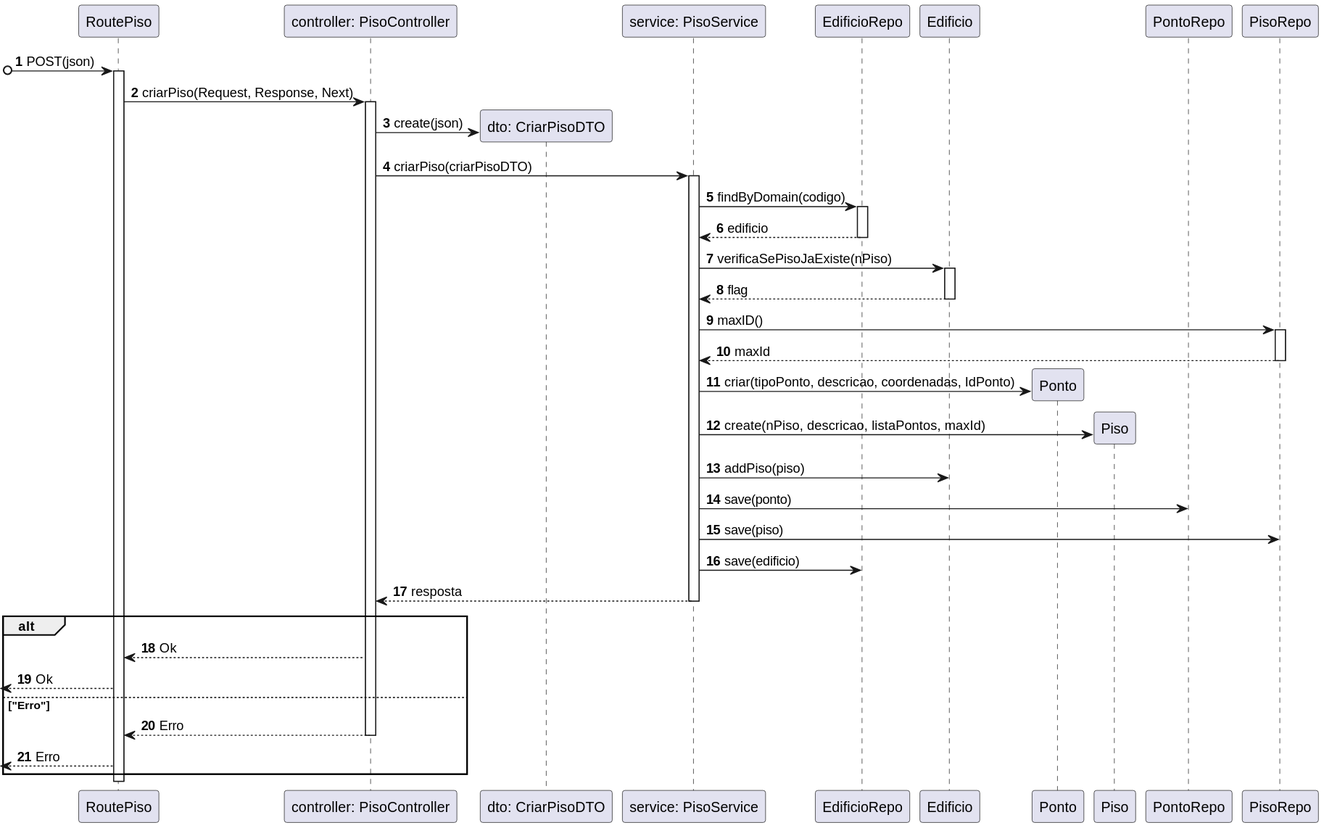
The PlantUML diagram docs/Sprint_A/US190/N3/US190_VP.svg in SEM5PI2324G58/sem5pi_g58_23_24, before a commit.
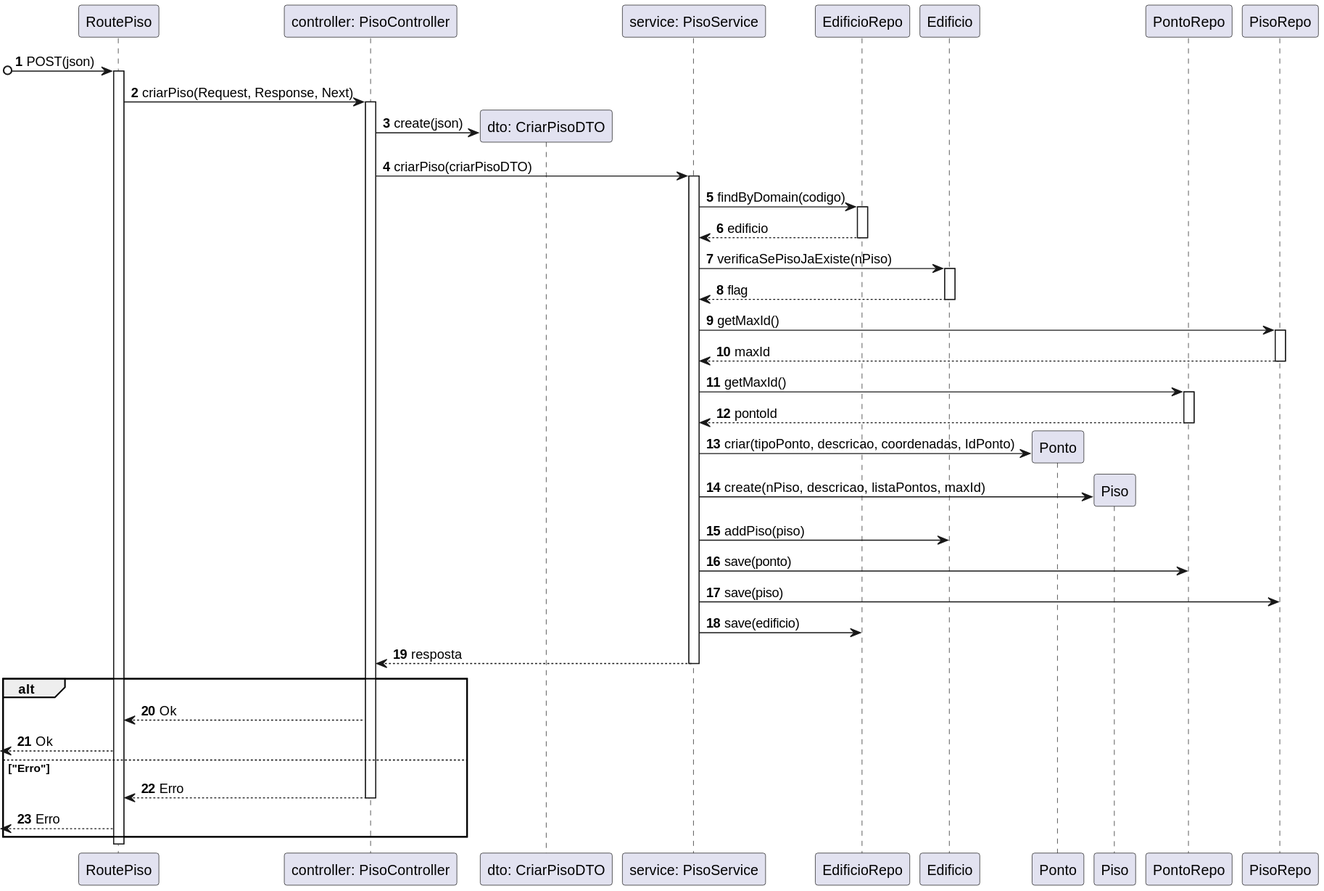
Above is the later version.

Commit message:
[US190][Design] Correção da vista de processos N3

Diff of the diagram source:
```diff
@@ -25,9 +25,12 @@
 service -> edificio :  verificaSePisoJaExiste(nPiso)
 activate edificio
 return flag
-service -> pisoRepo: maxID()
+service -> pisoRepo: getMaxId()
 activate pisoRepo
 return maxId
+service -> pontoRepo: getMaxId()
+activate pontoRepo
+return pontoId
 service -> ponto ** : criar(tipoPonto, descricao, coordenadas, IdPonto)
 service -> piso ** : create(nPiso, descricao, listaPontos, maxId)
 service -> edificio: addPiso(piso)
```
